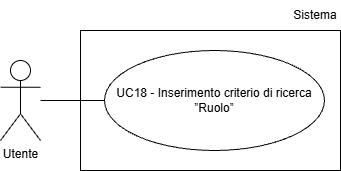
Earlier version of the draw.io export assets/Use_Case_Diagrams/UC18.png (Team-Three-Technologies/Documenti). Source tidied: cells renumbered, new cells last; positions are measured from the earlier drawing's top-left corner, leaving out a move shared by most shapes. Its diagram source:
```xml
<mxGraphModel>
  <root>
    <mxCell id="0" />
    <mxCell id="1" parent="0" />
    <mxCell id="2" value="Utente" style="shape=umlActor;verticalLabelPosition=bottom;verticalAlign=top;html=1;" parent="1" vertex="1">
      <mxGeometry y="60" width="40" height="80" as="geometry" />
    </mxCell>
    <mxCell id="3" value="UC18 - Inserimento criterio di ricerca ”Ruolo”" style="ellipse;whiteSpace=wrap;html=1;align=center;" parent="1" vertex="1">
      <mxGeometry x="104" y="50" width="220" height="100" as="geometry" />
    </mxCell>
    <mxCell id="4" style="endArrow=none;html=1;rounded=0;entryX=0;entryY=0.5;entryDx=0;entryDy=0;" parent="1" edge="1" target="3">
      <mxGeometry relative="1" as="geometry">
        <mxPoint x="40" y="100" as="sourcePoint" />
      </mxGeometry>
    </mxCell>
    <mxCell id="5" style="rounded=0;whiteSpace=wrap;html=1;fillColor=none;" parent="1" vertex="1">
      <mxGeometry x="80" y="30" width="260" height="140" as="geometry" />
    </mxCell>
    <mxCell id="6" value="Sistema" style="text;html=1;whiteSpace=wrap;strokeColor=none;fillColor=none;align=center;verticalAlign=middle;rounded=0;" parent="1" vertex="1">
      <mxGeometry x="290" width="50" height="30" as="geometry" />
    </mxCell>
  </root>
</mxGraphModel>
```
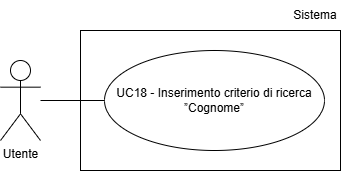
The same diagram one commit later.

What changed in the source:
```diff
@@ -5,14 +5,14 @@
     <mxCell id="2" value="Utente" style="shape=umlActor;verticalLabelPosition=bottom;verticalAlign=top;html=1;" parent="1" vertex="1">
       <mxGeometry y="60" width="40" height="80" as="geometry" />
     </mxCell>
-    <mxCell id="3" value="UC18 - Inserimento criterio di ricerca ”Ruolo”" style="ellipse;whiteSpace=wrap;html=1;align=center;" parent="1" vertex="1">
-      <mxGeometry x="104" y="50" width="220" height="100" as="geometry" />
-    </mxCell>
-    <mxCell id="4" style="endArrow=none;html=1;rounded=0;entryX=0;entryY=0.5;entryDx=0;entryDy=0;" parent="1" edge="1" target="3">
-      <mxGeometry relative="1" as="geometry">
-        <mxPoint x="40" y="100" as="sourcePoint" />
-      </mxGeometry>
-    </mxCell>
+    <mxCell id="7" value="UC18 - Inserimento criterio di ricerca ”Cognome”" style="ellipse;whiteSpace=wrap;html=1;align=center;" parent="1" vertex="1">
+      <mxGeometry x="104" y="50" width="220" height="100" as="geometry" />
+    </mxCell>
+    <mxCell id="8" style="endArrow=none;html=1;rounded=0;entryX=0;entryY=0.5;entryDx=0;entryDy=0;" parent="1" edge="1" target="7">
+      <mxGeometry relative="1" as="geometry">
+        <mxPoint x="40" y="100" as="sourcePoint" />
+      </mxGeometry>
+    </mxCell>
     <mxCell id="5" style="rounded=0;whiteSpace=wrap;html=1;fillColor=none;" parent="1" vertex="1">
       <mxGeometry x="80" y="30" width="260" height="140" as="geometry" />
     </mxCell>
```
